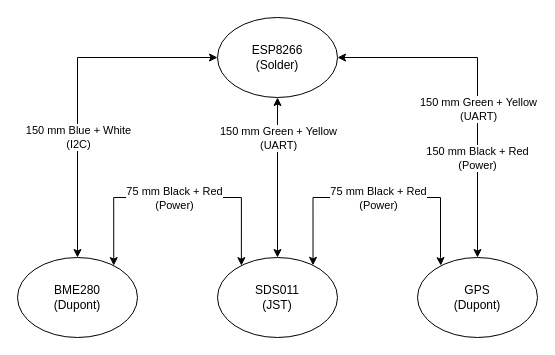
Before: images/source/wiring.drawio in basilfx/Sensor-Community-Enclosure, a draw.io diagram. Source tidied: cells renumbered, new cells numbered last; positions are measured from the earlier drawing's top-left corner, leaving out a move shared by most shapes. Both pictures are drawn from the tidied source at 100%, with x=0, y=0 at pixel (17, 17).
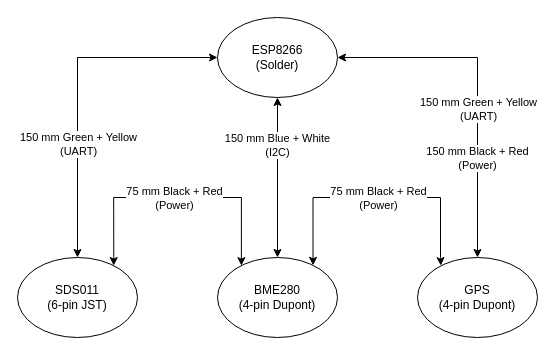
Above is the later version.

The change refers to these unchanged cells:
```xml
<mxCell id="4" style="edgeStyle=orthogonalEdgeStyle;rounded=0;jettySize=auto;html=1;entryX=0;entryY=0.5;entryDx=0;entryDy=0;exitX=0.5;exitY=0;exitDx=0;exitDy=0;startArrow=classic;startFill=1;" parent="1" edge="1" source="6" target="16">
  <mxGeometry relative="1" as="geometry" />
</mxCell>
<mxCell id="9" style="edgeStyle=orthogonalEdgeStyle;rounded=0;jettySize=auto;html=1;entryX=0.5;entryY=1;entryDx=0;entryDy=0;startArrow=classic;startFill=1;" parent="1" edge="1" source="11" target="16">
  <mxGeometry relative="1" as="geometry" />
</mxCell>
```

Change to the diagram source:
```diff
@@
-    <mxCell id="5" value="150 mm Blue + White&lt;br&gt;(I2C)" style="edgeLabel;html=1;align=center;verticalAlign=middle;" parent="4" vertex="1">
+    <mxCell id="5" value="150 mm Green + Yellow&lt;br&gt;(UART)" style="edgeLabel;html=1;align=center;verticalAlign=middle;" parent="4" vertex="1">
       <mxGeometry x="-0.24" y="3" relative="1" as="geometry">
-        <mxPoint x="3" y="8" as="offset" />
+        <mxPoint x="3" y="15" as="offset" />
       </mxGeometry>
     </mxCell>
-    <mxCell id="6" value="BME280&lt;br&gt;(Dupont)" style="ellipse;whiteSpace=wrap;html=1;" parent="1" vertex="1">
+    <mxCell id="6" value="SDS011&lt;br&gt;(6-pin JST)" style="ellipse;whiteSpace=wrap;html=1;" parent="1" vertex="1">
       <mxGeometry y="240" width="120" height="80" as="geometry" />
     </mxCell>
@@
-    <mxCell id="10" value="150 mm Green + Yellow&lt;br&gt;(UART)" style="edgeLabel;html=1;align=center;verticalAlign=middle;" parent="9" vertex="1">
-      <mxGeometry x="0.33" y="3" relative="1" as="geometry">
-        <mxPoint x="3" y="-14" as="offset" />
-      </mxGeometry>
-    </mxCell>
+    <mxCell id="17" value="150 mm Blue + White&lt;br&gt;(I2C)" style="edgeLabel;html=1;align=center;verticalAlign=middle;" parent="9" vertex="1">
+      <mxGeometry x="0.54" y="-1" relative="1" as="geometry">
+        <mxPoint x="-2" y="10" as="offset" />
+      </mxGeometry>
+    </mxCell>
-    <mxCell id="11" value="SDS011&lt;br&gt;(JST)" style="ellipse;whiteSpace=wrap;html=1;" parent="1" vertex="1">
+    <mxCell id="11" value="BME280&lt;br&gt;(4-pin Dupont)" style="ellipse;whiteSpace=wrap;html=1;" parent="1" vertex="1">
       <mxGeometry x="200" y="240" width="120" height="80" as="geometry" />
     </mxCell>
@@
-    <mxCell id="15" value="GPS&lt;br&gt;(Dupont)" style="ellipse;whiteSpace=wrap;html=1;" parent="1" vertex="1">
+    <mxCell id="15" value="GPS&lt;br&gt;(4-pin Dupont)" style="ellipse;whiteSpace=wrap;html=1;" parent="1" vertex="1">
       <mxGeometry x="400" y="240" width="120" height="80" as="geometry" />
     </mxCell>
```
